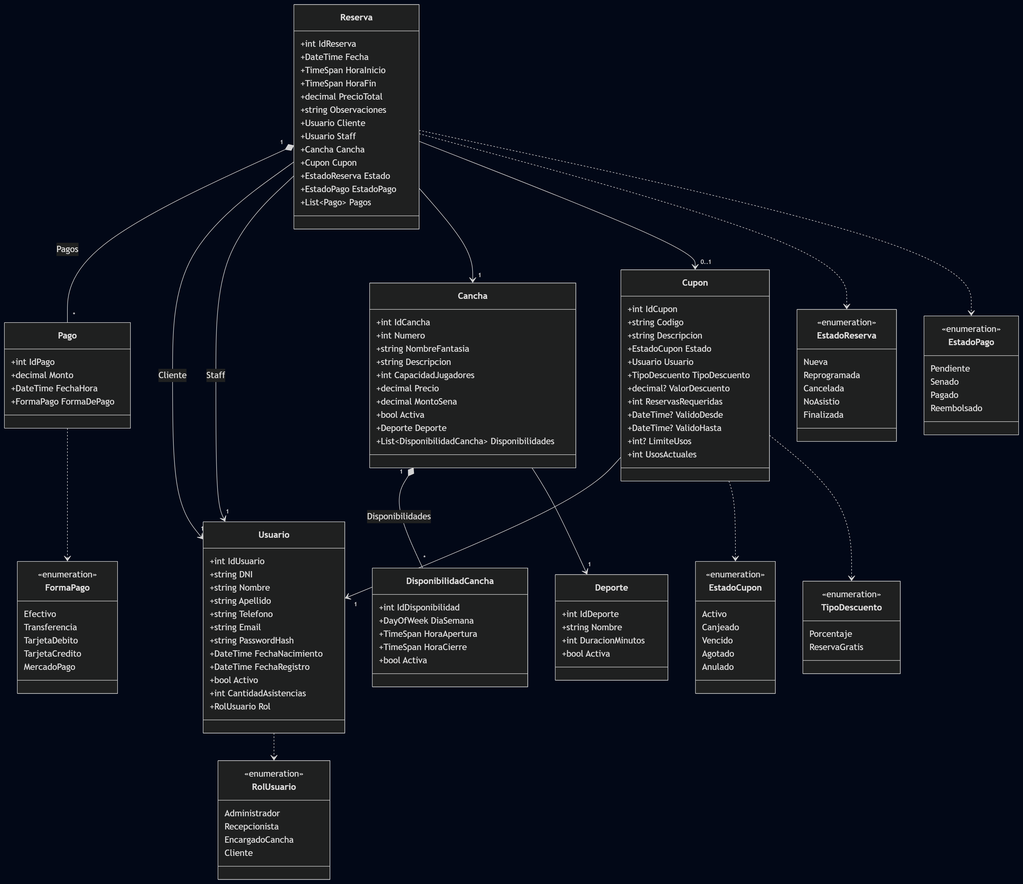
Above: docs/modelo-dominio.png in atomdev1/PR3-TPC-EQUIPO22A (Mermaid), before the change. Its source is kept beside it as docs/modelo-dominio.mmd.
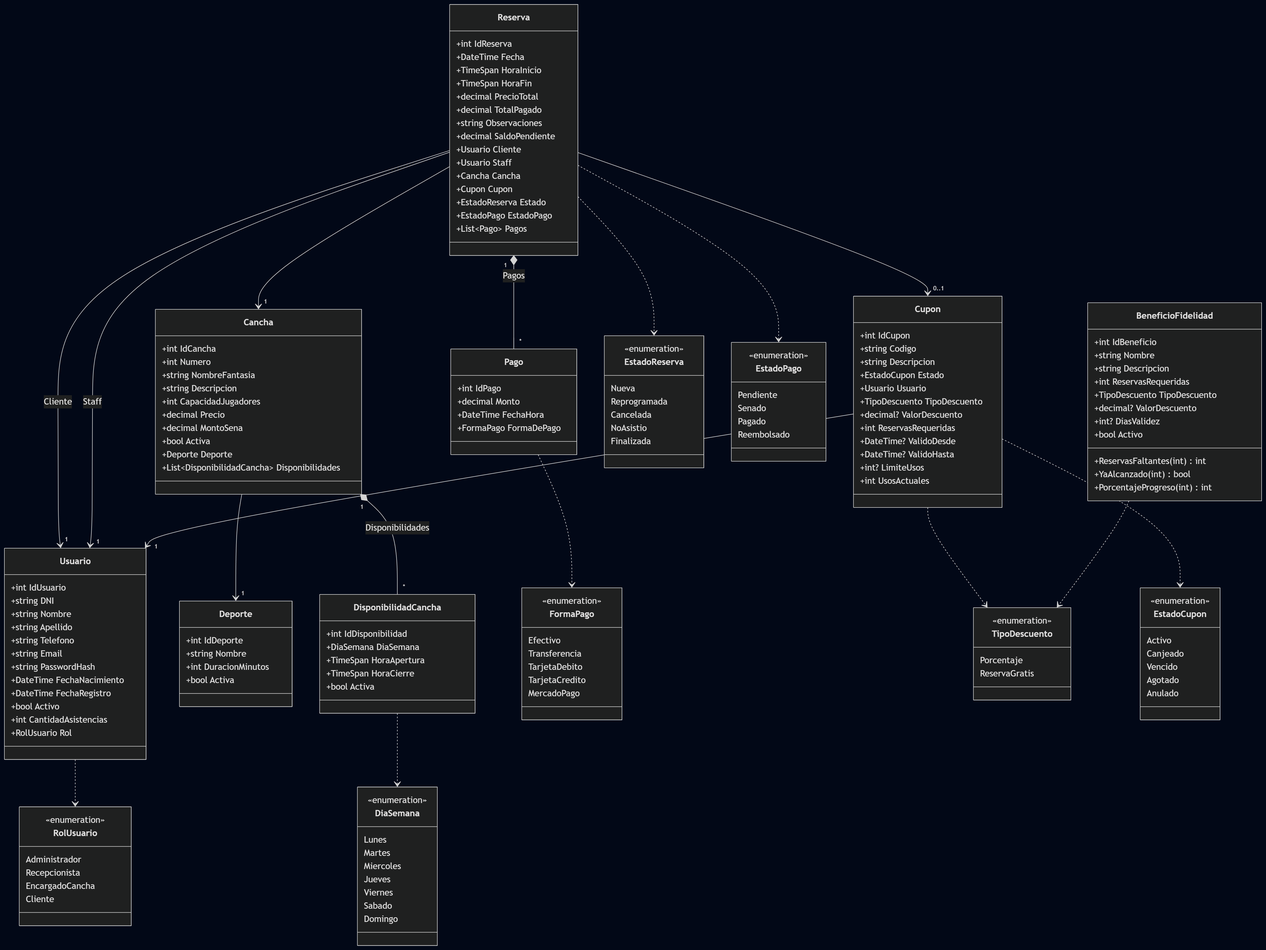
The same file after the commit.

Commit message:
docs: sincroniza el modelo de dominio con el código

- agrega la clase BeneficioFidelidad con sus métodos
- corrige el tipo de DiaSemana en DisponibilidadCancha
- suma TotalPagado y SaldoPendiente a Reserva

What changed in the source:
```diff
@@ -36,7 +36,7 @@
 
     class DisponibilidadCancha {
         +int IdDisponibilidad
-        +DayOfWeek DiaSemana
+        +DiaSemana DiaSemana
         +TimeSpan HoraApertura
         +TimeSpan HoraCierre
         +bool Activa
@@ -48,7 +48,9 @@
         +TimeSpan HoraInicio
         +TimeSpan HoraFin
         +decimal PrecioTotal
+        +decimal TotalPagado
         +string Observaciones
+        +decimal SaldoPendiente
         +Usuario Cliente
         +Usuario Staff
         +Cancha Cancha
@@ -78,6 +80,20 @@
         +decimal Monto
         +DateTime FechaHora
         +FormaPago FormaDePago
+    }
+
+    class BeneficioFidelidad {
+        +int IdBeneficio
+        +string Nombre
+        +string Descripcion
+        +int ReservasRequeridas
+        +TipoDescuento TipoDescuento
+        +decimal? ValorDescuento
+        +int? DiasValidez
+        +bool Activo
+        +ReservasFaltantes(int) int
+        +YaAlcanzado(int) bool
+        +PorcentajeProgreso(int) int
     }
 
     class RolUsuario {
@@ -129,6 +145,17 @@
         Anulado
     }
 
+    class DiaSemana {
+        <<enumeration>>
+        Lunes
+        Martes
+        Miercoles
+        Jueves
+        Viernes
+        Sabado
+        Domingo
+    }
+
     Cancha "1" *-- "*" DisponibilidadCancha : Disponibilidades
     Reserva "1" *-- "*" Pago : Pagos
 
@@ -145,3 +172,5 @@
     Cupon ..> EstadoCupon
     Cupon ..> TipoDescuento
     Pago ..> FormaPago
+    DisponibilidadCancha ..> DiaSemana
+    BeneficioFidelidad ..> TipoDescuento
```
